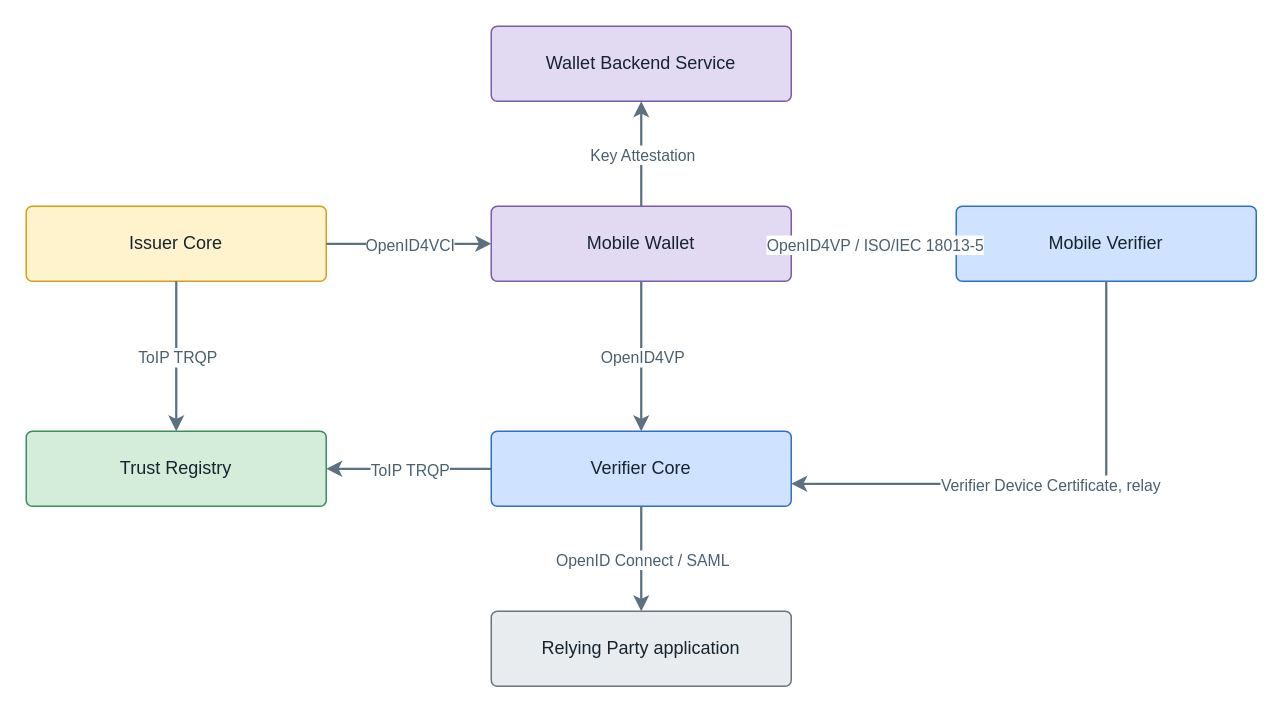
Earlier version of the draw.io diagram images/architecture-framework/data-model-and-protocols/protocol-per-interaction.drawio (id-verifiable-credential-dev/id-doc-idctf). Source tidied: cells renumbered, new cells numbered last; positions are measured from the earlier drawing's top-left corner, leaving out a move shared by most shapes. Both pictures are drawn from the tidied source at 150%, with x=0, y=0 at pixel (26, 26).
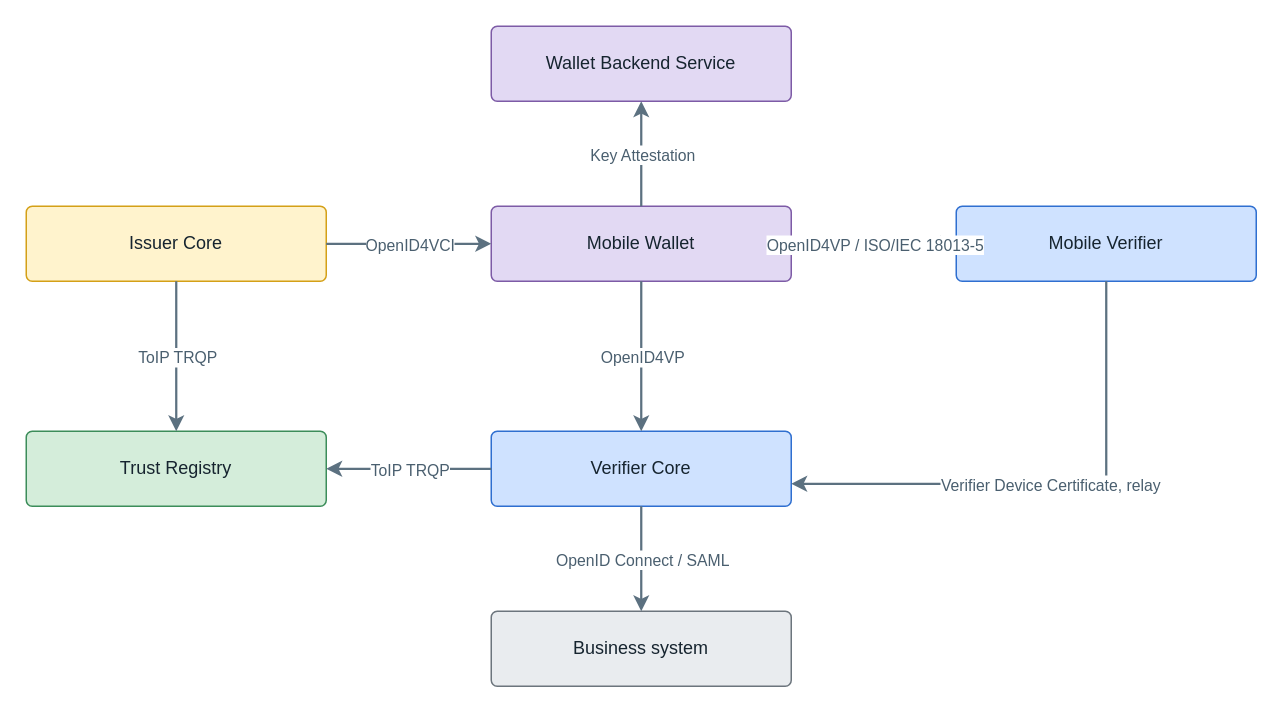
Above is the later version.

Change to the diagram source:
```diff
@@
-    <mxCell id="8" value="Relying Party application" style="rounded=1;arcSize=8;fillColor=#e9ecef;strokeColor=#6c757d;fontSize=12;fontColor=#16242f;html=1;whiteSpace=wrap;verticalAlign=middle;" parent="1" vertex="1">
+    <mxCell id="8" value="Business system" style="rounded=1;arcSize=8;fillColor=#e9ecef;strokeColor=#6c757d;fontSize=12;fontColor=#16242f;html=1;whiteSpace=wrap;verticalAlign=middle;" parent="1" vertex="1">
       <mxGeometry x="310" y="390" width="200" height="50" as="geometry" />
     </mxCell>
```
